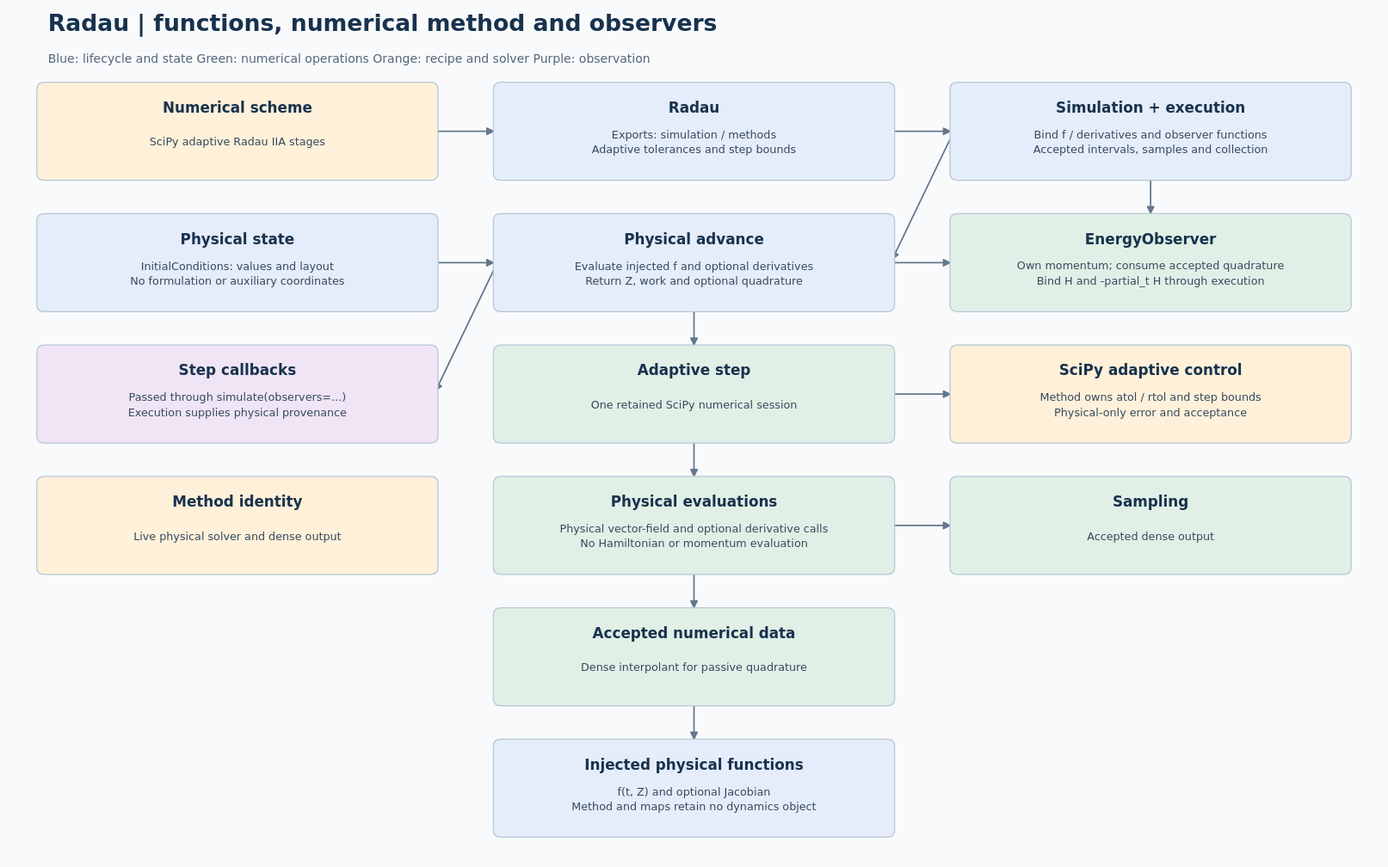
Earlier version of the PlantUML export docs/models/radau/simulation/radau-simulation-architecture.svg (Jugibe-52/GC2D_intranet). Its source is kept beside it as docs/models/radau/simulation/radau-simulation-architecture.puml.
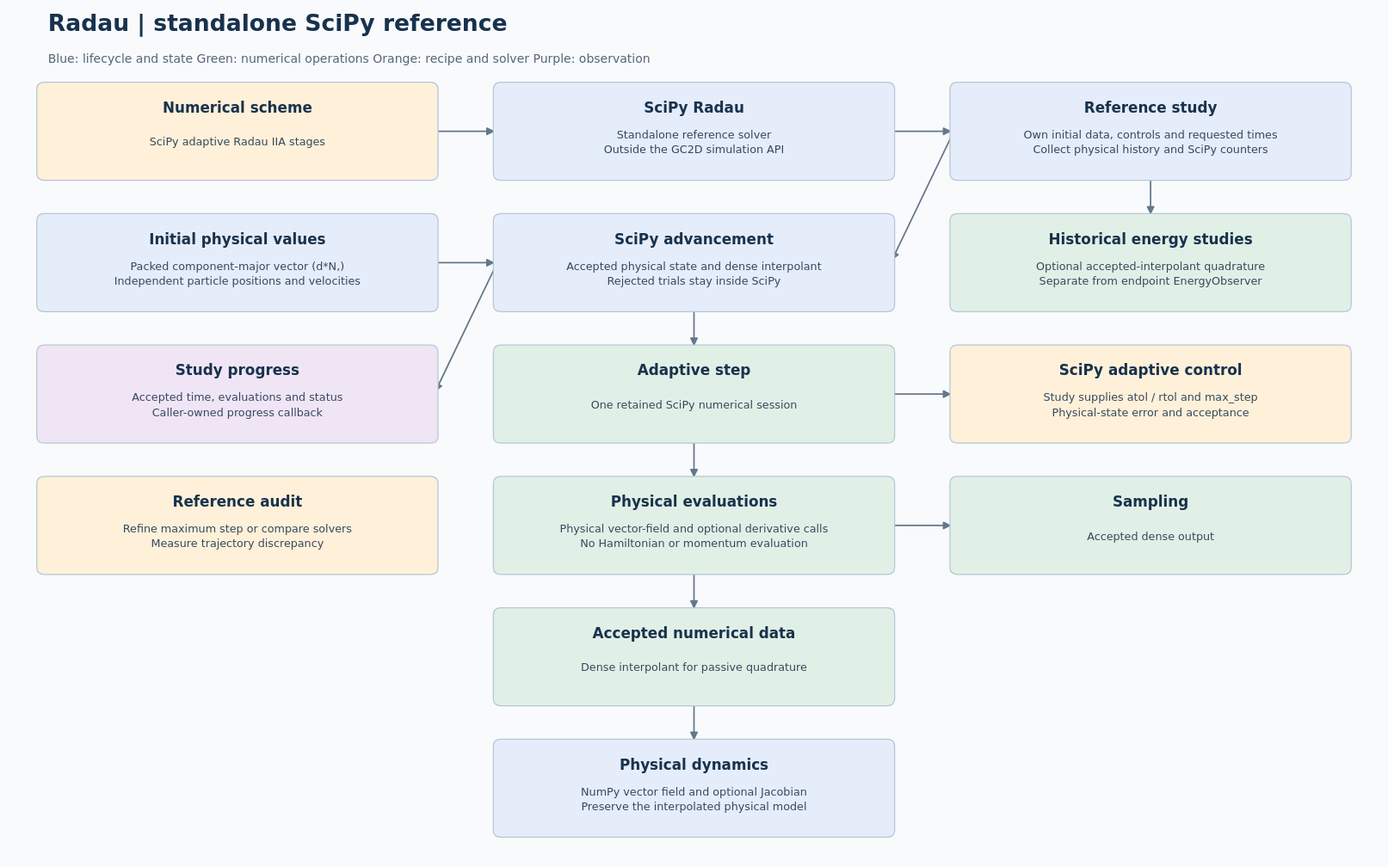
After the change.

Change to the diagram source:
```diff
@@ -3,26 +3,25 @@
   graph [rankdir=TB, bgcolor="#f8fafc"];
   node [shape=box, style="rounded,filled", fontname="DejaVu Sans"];
   recipe [label="Numerical scheme\nSciPy adaptive Radau IIA stages", fillcolor="#fff0d9"];
-  method [label="Radau\nExports: simulation / methods\nAdaptive tolerances and step bounds", fillcolor="#e5ecfa"];
-  driver [label="Simulation + execution\nBind f / derivatives and observer functions\nAccepted intervals, samples and collection", fillcolor="#e5ecfa"];
-  state [label="Physical state\nInitialConditions: values and layout\nNo formulation or auxiliary coordinates", fillcolor="#e5ecfa"];
-  advance [label="Physical advance\nEvaluate injected f and optional derivatives\nReturn Z, work and optional quadrature", fillcolor="#e5ecfa"];
-  energy [label="EnergyObserver\nOwn momentum; consume accepted quadrature\nBind H and -partial_t H through execution", fillcolor="#e1f0e6"];
-  observe [label="Step callbacks\nPassed through simulate(observers=...)\nExecution supplies physical provenance", fillcolor="#f0e5f5"];
+  method [label="SciPy Radau\nStandalone reference solver\nOutside the GC2D simulation API", fillcolor="#e5ecfa"];
+  driver [label="Reference study\nOwn initial data, controls and requested times\nCollect physical history and SciPy counters", fillcolor="#e5ecfa"];
+  state [label="Initial physical values\nPacked component-major vector (d*N,)\nIndependent particle positions and velocities", fillcolor="#e5ecfa"];
+  advance [label="SciPy advancement\nAccepted physical state and dense interpolant\nRejected trials stay inside SciPy", fillcolor="#e5ecfa"];
+  energy [label="Historical energy studies\nOptional accepted-interpolant quadrature\nSeparate from endpoint EnergyObserver", fillcolor="#e1f0e6"];
+  observe [label="Study progress\nAccepted time, evaluations and status\nCaller-owned progress callback", fillcolor="#f0e5f5"];
   projection [label="Adaptive step\nOne retained SciPy numerical session", fillcolor="#e1f0e6"];
-  solver [label="SciPy adaptive control\nMethod owns atol / rtol and step bounds\nPhysical-only error and acceptance", fillcolor="#fff0d9"];
-  placement [label="Method identity\nLive physical solver and dense output", fillcolor="#fff0d9"];
+  solver [label="SciPy adaptive control\nStudy supplies atol / rtol and max_step\nPhysical-state error and acceptance", fillcolor="#fff0d9"];
+  placement [label="Reference audit\nRefine maximum step or compare solvers\nMeasure trajectory discrepancy", fillcolor="#fff0d9"];
   compose [label="Physical evaluations\nPhysical vector-field and optional derivative calls\nNo Hamiltonian or momentum evaluation", fillcolor="#e1f0e6"];
   tangent [label="Sampling\nAccepted dense output", fillcolor="#e1f0e6"];
   maps [label="Accepted numerical data\nDense interpolant for passive quadrature", fillcolor="#e1f0e6"];
-  dynamics [label="Injected physical functions\nf(t, Z) and optional Jacobian\nMethod and maps retain no dynamics object", fillcolor="#e5ecfa"];
+  dynamics [label="Physical dynamics\nNumPy vector field and optional Jacobian\nPreserve the interpolated physical model", fillcolor="#e5ecfa"];
   recipe -> method;
   method -> driver;
   driver -> advance;
   state -> advance;
   advance -> projection;
   driver -> energy;
-  advance -> energy;
   advance -> observe;
   projection -> compose;
   projection -> solver;
```
